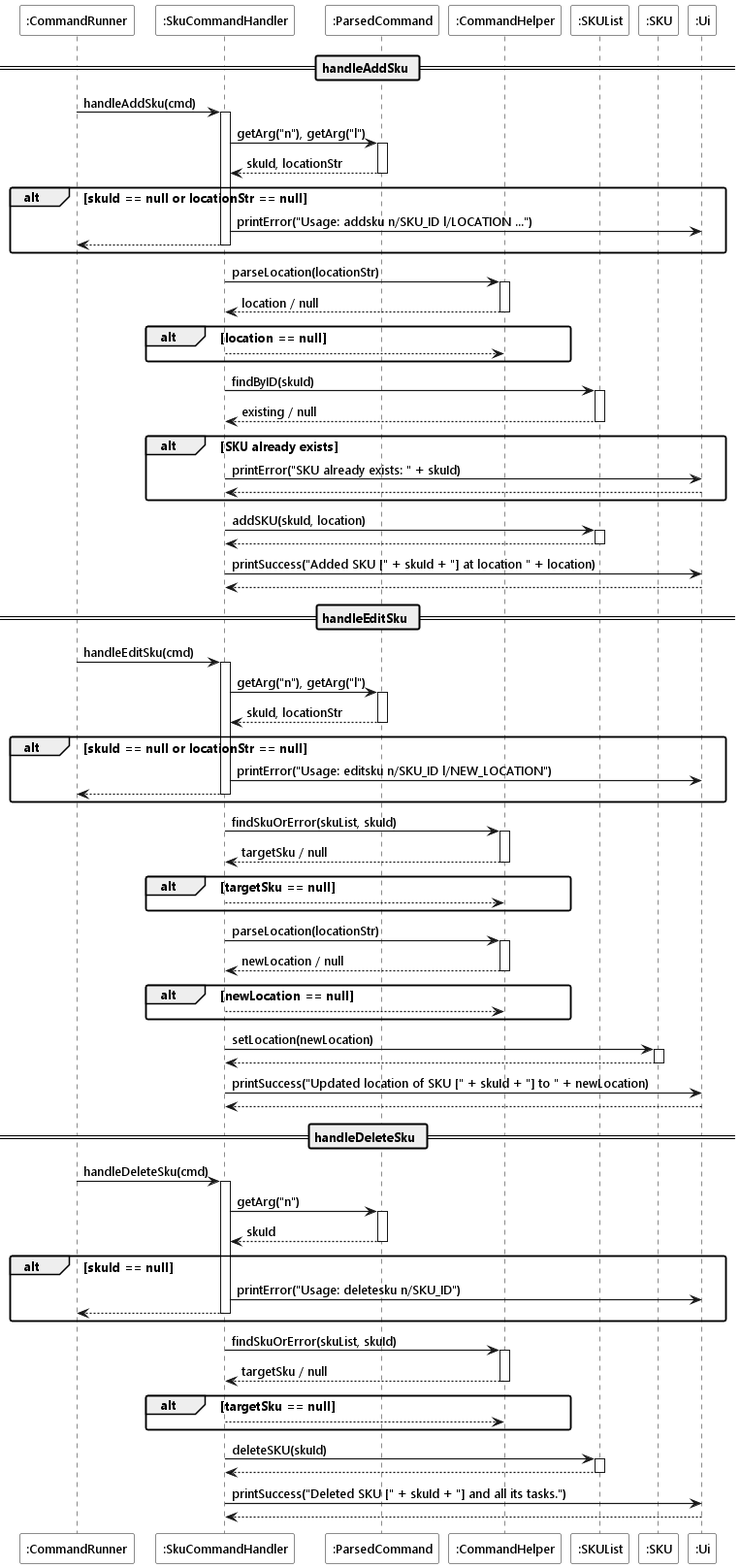
The PlantUML diagram docs/diagrams/command/skuCommandHandlerSequence.png in heehaw1234/tp, before a commit.
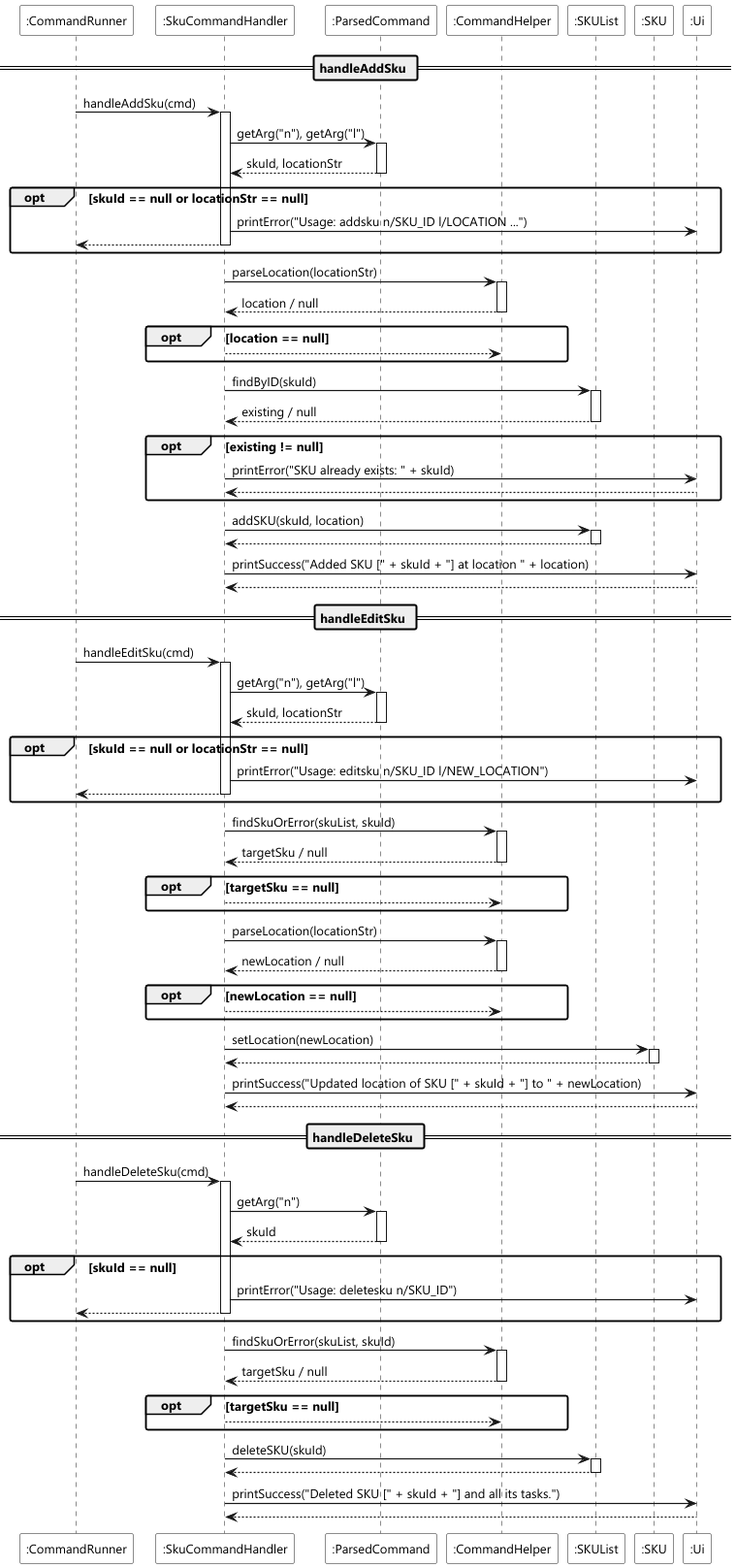
Above is the later version.

Diff of the diagram source:
```diff
@@ -16,7 +16,7 @@
 handler -> cmd ++ : getArg("n"), getArg("l")
 return skuId, locationStr
 
-alt skuId == null or locationStr == null
+opt skuId == null or locationStr == null
     handler -> ui : printError("Usage: addsku n/SKU_ID l/LOCATION ...")
     return
 end
@@ -24,14 +24,14 @@
 handler -> helper ++ : parseLocation(locationStr)
 return location / null
 
-alt location == null
+opt location == null
     return
 end
 
 handler -> skuList ++ : findByID(skuId)
 return existing / null
 
-alt SKU already exists
+opt existing != null
     handler -> ui : printError("SKU already exists: " + skuId)
     return
 end
@@ -50,7 +50,7 @@
 handler -> cmd ++ : getArg("n"), getArg("l")
 return skuId, locationStr
 
-alt skuId == null or locationStr == null
+opt skuId == null or locationStr == null
     handler -> ui : printError("Usage: editsku n/SKU_ID l/NEW_LOCATION")
     return
 end
@@ -58,14 +58,14 @@
 handler -> helper ++ : findSkuOrError(skuList, skuId)
 return targetSku / null
 
-alt targetSku == null
+opt targetSku == null
     return
 end
 
 handler -> helper ++ : parseLocation(locationStr)
 return newLocation / null
 
-alt newLocation == null
+opt newLocation == null
     return
 end
 
@@ -83,7 +83,7 @@
 handler -> cmd ++ : getArg("n")
 return skuId
 
-alt skuId == null
+opt skuId == null
     handler -> ui : printError("Usage: deletesku n/SKU_ID")
     return
 end
@@ -91,7 +91,7 @@
 handler -> helper ++ : findSkuOrError(skuList, skuId)
 return targetSku / null
 
-alt targetSku == null
+opt targetSku == null
     return
 end
 
```
